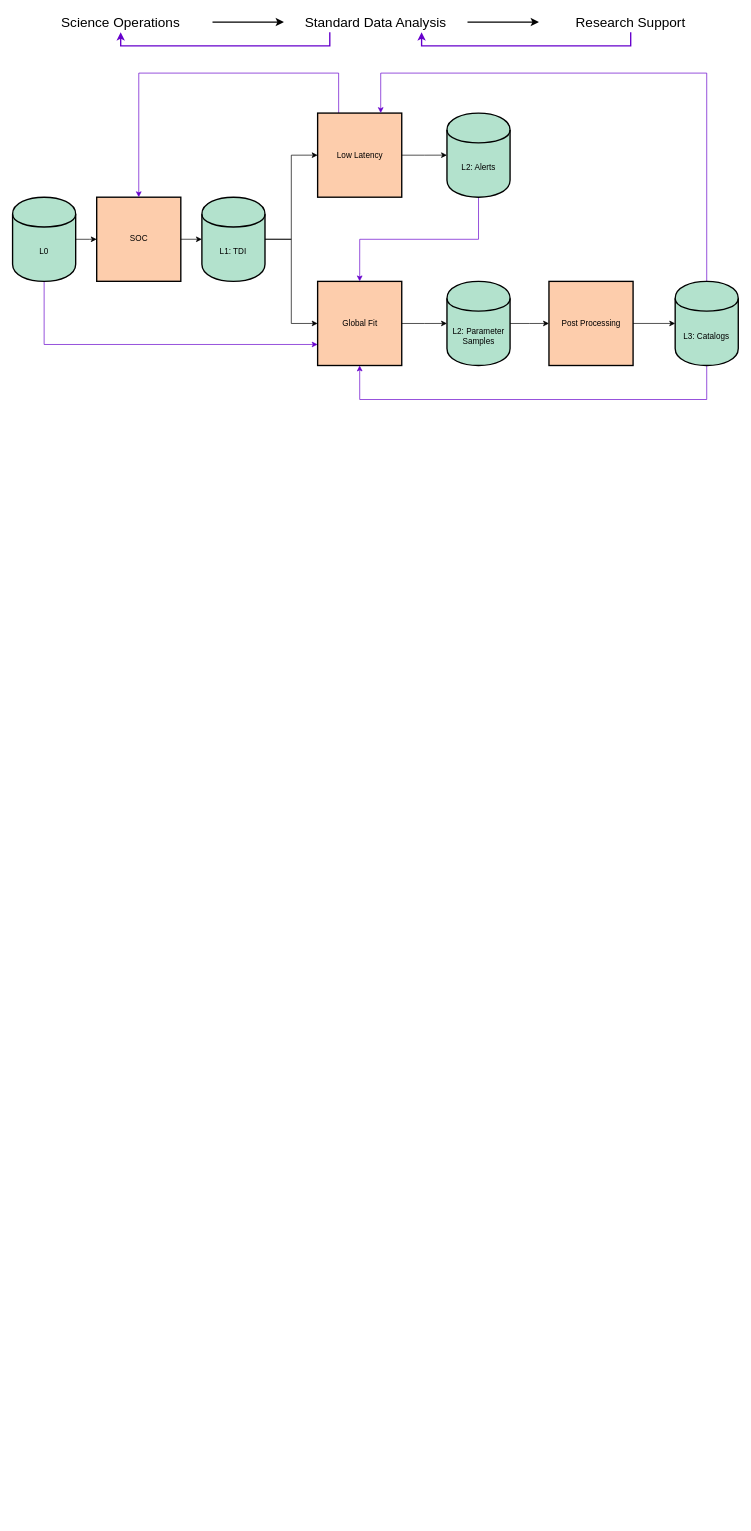
This is page "Overview" (1 of 4) of LISADataFlow.drawio from tlittenberg/ldasoft, a draw.io file, before an edit. Source tidied: cells renumbered, new cells numbered last; positions are measured from the earlier drawing's top-left corner, leaving out a move shared by most shapes. Both pictures are drawn from the tidied source at 68%, with x=0, y=0 at pixel (12, 12).
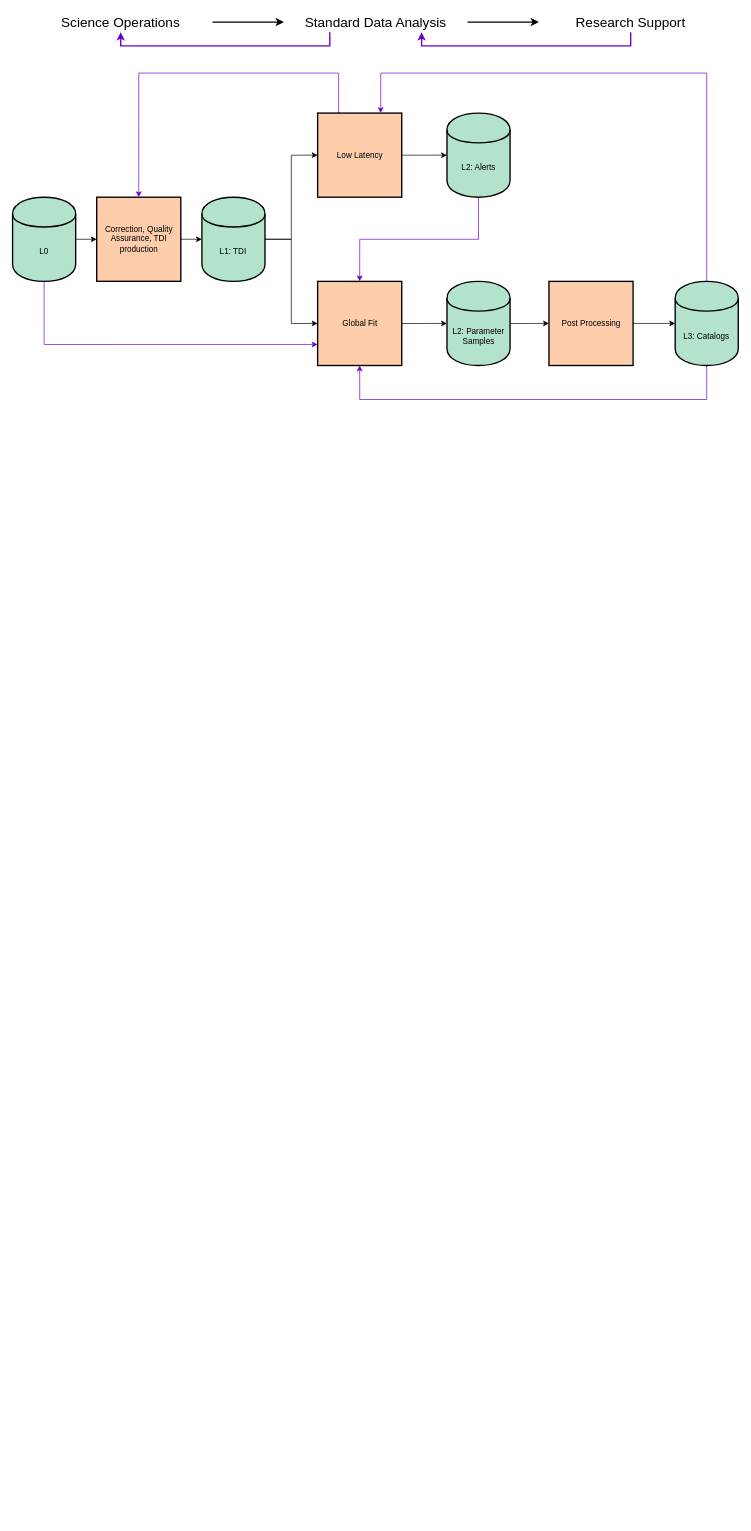
After the change.

What changed in the source:
```diff
@@
-    <mxCell id="10" value="SOC" style="whiteSpace=wrap;html=1;fillColor=#fdcdac;strokeWidth=2;" parent="1" vertex="1">
+    <mxCell id="10" value="Correction, Quality Assurance, TDI production" style="whiteSpace=wrap;html=1;fillColor=#fdcdac;strokeWidth=2;" parent="1" vertex="1">
       <mxGeometry x="123.7" y="272.5" width="123.7" height="123.7" as="geometry" />
     </mxCell>
```
